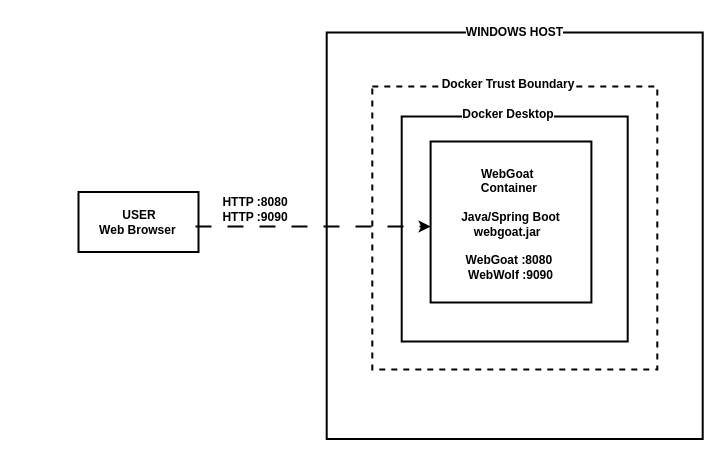
Before: docs/WebGoat-Architecture.drawio in BinuwaraAshinsana/webgoat-devsecops, a draw.io diagram. Source tidied: cells renumbered, new cells numbered last; positions are measured from the earlier drawing's top-left corner, leaving out a move shared by most shapes. Both pictures are drawn from the tidied source at 100%, with x=0, y=0 at pixel (78, 17).
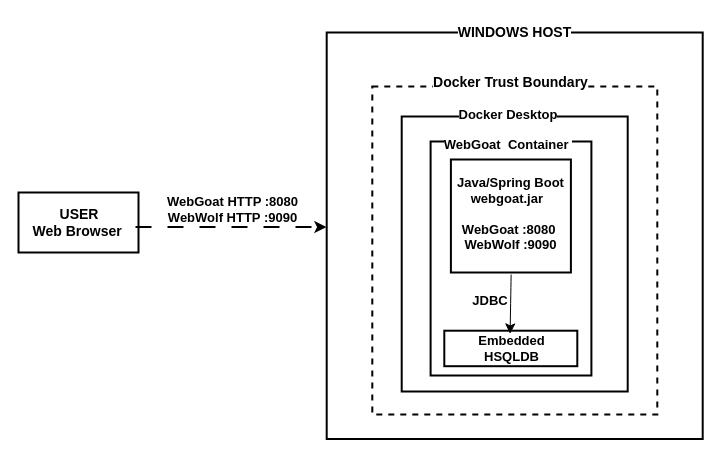
The same page after the edit.

Commit message (it also covers changes not shown here):
Update WebGoat architecture diagram with embedded HSQLDB

Change to the diagram source:
```diff
@@
-    <mxCell id="2" style="rounded=0;whiteSpace=wrap;html=1;fontFamily=Helvetica;strokeWidth=2;fontStyle=1;align=center;labelBorderColor=none;labelBackgroundColor=default;" parent="1" vertex="1">
+    <mxCell id="2" style="rounded=0;whiteSpace=wrap;html=1;fontFamily=Helvetica;strokeWidth=2;fontStyle=1;align=center;labelBorderColor=none;labelBackgroundColor=default;fontSize=13;" parent="1" vertex="1">
       <mxGeometry x="248.2" y="15" width="376" height="406.5" as="geometry" />
     </mxCell>
-    <mxCell id="3" style="rounded=0;whiteSpace=wrap;html=1;fillColor=none;dashed=1;fontFamily=Helvetica;strokeWidth=2;fontStyle=1;align=center;labelBorderColor=none;labelBackgroundColor=default;" parent="1" vertex="1">
-      <mxGeometry x="293.8" y="69" width="285" height="283" as="geometry" />
+    <mxCell id="3" style="rounded=0;whiteSpace=wrap;html=1;fillColor=none;dashed=1;fontFamily=Helvetica;strokeWidth=2;fontStyle=1;align=center;labelBorderColor=none;labelBackgroundColor=default;fontSize=13;" parent="1" vertex="1">
+      <mxGeometry x="293.8" y="69" width="285" height="328" as="geometry" />
     </mxCell>
-    <mxCell id="4" style="rounded=0;whiteSpace=wrap;html=1;fontFamily=Helvetica;strokeWidth=2;fontStyle=1;align=center;labelBorderColor=none;labelBackgroundColor=default;" parent="1" vertex="1">
-      <mxGeometry y="174.5" width="120" height="60" as="geometry" />
+    <mxCell id="4" style="rounded=0;whiteSpace=wrap;html=1;fontFamily=Helvetica;strokeWidth=2;fontStyle=1;align=center;labelBorderColor=none;labelBackgroundColor=default;fontSize=13;" parent="1" vertex="1">
+      <mxGeometry x="-60" y="175" width="120" height="60" as="geometry" />
     </mxCell>
-    <mxCell id="5" value="USER&lt;div&gt;Web Browser&amp;nbsp;&lt;/div&gt;" style="text;html=1;whiteSpace=wrap;strokeColor=none;fillColor=none;align=center;verticalAlign=middle;rounded=0;fontFamily=Helvetica;strokeWidth=2;fontStyle=1;labelBorderColor=none;labelBackgroundColor=default;" parent="1" vertex="1">
-      <mxGeometry x="12" y="189.5" width="98" height="30" as="geometry" />
+    <mxCell id="5" value="&lt;font style=&quot;font-size: 14px;&quot;&gt;USER&lt;/font&gt;&lt;div&gt;&lt;font style=&quot;font-size: 14px;&quot;&gt;Web Browser&amp;nbsp;&lt;/font&gt;&lt;/div&gt;" style="text;html=1;whiteSpace=wrap;strokeColor=none;fillColor=none;align=center;verticalAlign=middle;rounded=0;fontFamily=Helvetica;strokeWidth=2;fontStyle=1;labelBorderColor=none;labelBackgroundColor=default;fontSize=13;" parent="1" vertex="1">
+      <mxGeometry x="-48" y="190" width="98" height="30" as="geometry" />
     </mxCell>
-    <mxCell id="6" value="WINDOWS HOST  " style="text;html=1;whiteSpace=wrap;strokeColor=none;fillColor=none;align=center;verticalAlign=middle;rounded=0;fontFamily=Helvetica;strokeWidth=2;fontStyle=1;labelBorderColor=none;labelBackgroundColor=default;" parent="1" vertex="1">
+    <mxCell id="6" value="&lt;font style=&quot;font-size: 14px;&quot;&gt;WINDOWS HOST  &lt;/font&gt;" style="text;html=1;whiteSpace=wrap;strokeColor=none;fillColor=none;align=center;verticalAlign=middle;rounded=0;fontFamily=Helvetica;strokeWidth=2;fontStyle=1;labelBorderColor=none;labelBackgroundColor=default;fontSize=13;" parent="1" vertex="1">
       <mxGeometry x="365.8" width="141" height="30" as="geometry" />
     </mxCell>
-    <mxCell id="7" style="rounded=0;whiteSpace=wrap;html=1;fontFamily=Helvetica;strokeWidth=2;fontStyle=1;align=center;labelBorderColor=none;labelBackgroundColor=default;" parent="1" vertex="1">
-      <mxGeometry x="323.2" y="99" width="226" height="225" as="geometry" />
+    <mxCell id="7" style="rounded=0;whiteSpace=wrap;html=1;fontFamily=Helvetica;strokeWidth=2;fontStyle=1;align=center;labelBorderColor=none;labelBackgroundColor=default;fontSize=13;" parent="1" vertex="1">
+      <mxGeometry x="323.2" y="99" width="226" height="275" as="geometry" />
     </mxCell>
-    <mxCell id="8" value="Docker Desktop " style="text;html=1;whiteSpace=wrap;strokeColor=none;fillColor=none;align=center;verticalAlign=middle;rounded=0;fontFamily=Helvetica;strokeWidth=2;fontStyle=1;labelBorderColor=none;labelBackgroundColor=default;" parent="1" vertex="1">
+    <mxCell id="8" value="Docker Desktop " style="text;html=1;whiteSpace=wrap;strokeColor=none;fillColor=none;align=center;verticalAlign=middle;rounded=0;fontFamily=Helvetica;strokeWidth=2;fontStyle=1;labelBorderColor=none;labelBackgroundColor=default;fontSize=13;" parent="1" vertex="1">
       <mxGeometry x="370.8" y="82" width="117.5" height="30" as="geometry" />
     </mxCell>
-    <mxCell id="9" style="rounded=0;whiteSpace=wrap;html=1;fontFamily=Helvetica;strokeWidth=2;fontStyle=1;align=center;labelBorderColor=none;labelBackgroundColor=default;" parent="1" vertex="1">
-      <mxGeometry x="352.1" y="124" width="160.8" height="161" as="geometry" />
+    <mxCell id="9" style="rounded=0;whiteSpace=wrap;html=1;fontFamily=Helvetica;strokeWidth=2;fontStyle=1;align=center;labelBorderColor=none;labelBackgroundColor=default;fontSize=13;" parent="1" vertex="1">
+      <mxGeometry x="352.1" y="124" width="160.8" height="234" as="geometry" />
     </mxCell>
-    <mxCell id="10" value="&lt;div&gt;WebGoat&amp;nbsp;&amp;nbsp;&lt;/div&gt;&lt;div&gt;Container&amp;nbsp;&lt;/div&gt;&lt;div&gt;&lt;br&gt;&lt;/div&gt;&lt;div&gt;Java/Spring Boot&lt;/div&gt;&lt;div&gt;webgoat.jar&amp;nbsp;&amp;nbsp;&lt;/div&gt;&lt;div&gt;&lt;br&gt;&lt;/div&gt;&lt;div&gt;WebGoat :8080&amp;nbsp;&lt;/div&gt;&lt;div&gt;WebWolf :9090&lt;/div&gt;" style="text;html=1;whiteSpace=wrap;strokeColor=none;fillColor=none;align=center;verticalAlign=middle;rounded=0;fontFamily=Helvetica;strokeWidth=2;fontStyle=1;labelBorderColor=none;labelBackgroundColor=default;" parent="1" vertex="1">
-      <mxGeometry x="366" y="192" width="133" height="30" as="geometry" />
+    <mxCell id="10" value="&lt;div&gt;&lt;br&gt;&lt;/div&gt;&lt;div&gt;&lt;br&gt;&lt;/div&gt;&lt;div&gt;Java/Spring Boot&lt;/div&gt;&lt;div&gt;webgoat.jar&amp;nbsp;&amp;nbsp;&lt;/div&gt;&lt;div&gt;&lt;br&gt;&lt;/div&gt;&lt;div&gt;WebGoat :8080&amp;nbsp;&lt;/div&gt;&lt;div&gt;WebWolf :9090&lt;/div&gt;" style="text;html=1;whiteSpace=wrap;strokeColor=none;fillColor=none;align=center;verticalAlign=middle;rounded=0;fontFamily=Helvetica;strokeWidth=2;fontStyle=1;labelBorderColor=none;labelBackgroundColor=default;fontSize=13;" parent="1" vertex="1">
+      <mxGeometry x="366" y="166" width="133" height="30" as="geometry" />
     </mxCell>
-    <mxCell id="11" style="edgeStyle=segmentEdgeStyle;endArrow=classic;html=1;curved=0;rounded=0;fontSize=12;endFill=1;exitX=0.975;exitY=0.577;exitDx=0;exitDy=0;exitPerimeter=0;entryX=0.026;entryY=0.656;entryDx=0;entryDy=0;entryPerimeter=0;shape=filledEdge;dashed=1;dashPattern=8 8;strokeWidth=2;fontFamily=Helvetica;fontStyle=1;align=center;labelBorderColor=none;labelBackgroundColor=default;" parent="1" edge="1" source="4">
+    <mxCell id="11" style="edgeStyle=segmentEdgeStyle;endArrow=classic;html=1;curved=0;rounded=0;fontSize=13;endFill=1;exitX=0.975;exitY=0.577;exitDx=0;exitDy=0;exitPerimeter=0;shape=filledEdge;dashed=1;dashPattern=8 8;strokeWidth=2;fontFamily=Helvetica;fontStyle=1;align=center;labelBorderColor=none;labelBackgroundColor=default;" parent="1" edge="1" source="4">
       <mxGeometry relative="1" as="geometry">
-        <mxPoint x="352.1" y="209.1" as="targetPoint" />
+        <mxPoint x="247.9" y="209.1" as="targetPoint" />
       </mxGeometry>
     </mxCell>
-    <mxCell id="12" value="HTTP :8080&lt;div&gt;HTTP :9090&lt;/div&gt;" style="text;html=1;whiteSpace=wrap;strokeColor=none;fillColor=none;align=center;verticalAlign=middle;rounded=0;fontFamily=Helvetica;strokeWidth=2;fontStyle=1;labelBorderColor=none;labelBackgroundColor=default;" parent="1" vertex="1">
-      <mxGeometry x="131" y="174.5" width="92" height="35.5" as="geometry" />
+    <mxCell id="12" value="&lt;div&gt;WebGoat HTTP :8080&lt;/div&gt;&lt;div&gt;WebWolf HTTP :9090&lt;/div&gt;" style="text;html=1;whiteSpace=wrap;strokeColor=none;fillColor=none;align=center;verticalAlign=middle;rounded=0;fontFamily=Helvetica;strokeWidth=2;fontStyle=1;labelBorderColor=none;labelBackgroundColor=default;fontSize=13;" parent="1" vertex="1">
+      <mxGeometry x="86" y="174.5" width="137" height="35.5" as="geometry" />
     </mxCell>
-    <mxCell id="13" value="&lt;span&gt;Docker Trust Boundary&lt;/span&gt;" style="text;html=1;whiteSpace=wrap;strokeColor=none;fillColor=none;align=center;verticalAlign=middle;rounded=0;fontFamily=Helvetica;strokeWidth=2;fontStyle=1;labelBorderColor=none;labelBackgroundColor=default;" parent="1" vertex="1">
-      <mxGeometry x="352.1" y="52" width="156" height="30" as="geometry" />
+    <mxCell id="13" value="&lt;span&gt;&lt;font style=&quot;font-size: 14px;&quot;&gt;Docker Trust Boundary&lt;/font&gt;&lt;/span&gt;" style="text;html=1;whiteSpace=wrap;strokeColor=none;fillColor=none;align=center;verticalAlign=middle;rounded=0;fontFamily=Helvetica;strokeWidth=2;fontStyle=1;labelBorderColor=none;labelBackgroundColor=default;fontSize=13;" parent="1" vertex="1">
+      <mxGeometry x="345.8" y="50" width="172.9" height="30" as="geometry" />
     </mxCell>
+    <mxCell id="14" value="&lt;div style=&quot;font-weight: 700;&quot;&gt;WebGoat&amp;nbsp;&amp;nbsp;&lt;span style=&quot;color: light-dark(rgb(0, 0, 0), rgb(255, 255, 255));&quot;&gt;Container&amp;nbsp;&lt;/span&gt;&lt;/div&gt;" style="text;html=1;whiteSpace=wrap;strokeColor=none;fillColor=none;align=center;verticalAlign=middle;rounded=0;labelBackgroundColor=default;strokeWidth=2;fontSize=13;" parent="1" vertex="1">
+      <mxGeometry x="400.1" y="112" width="60" height="30" as="geometry" />
+    </mxCell>
+    <mxCell id="15" value="&lt;b&gt;Embedded HSQLDB&lt;/b&gt;" style="text;html=1;whiteSpace=wrap;strokeColor=none;fillColor=none;align=center;verticalAlign=middle;rounded=0;strokeWidth=2;fontSize=13;" parent="1" vertex="1">
+      <mxGeometry x="372.4" y="316" width="123.2" height="30" as="geometry" />
+    </mxCell>
+    <mxCell id="16" style="rounded=0;whiteSpace=wrap;html=1;labelBackgroundColor=none;fillColor=none;strokeWidth=2;fontSize=13;" parent="1" vertex="1">
+      <mxGeometry x="372.4" y="142" width="120" height="113" as="geometry" />
+    </mxCell>
+    <mxCell id="17" style="rounded=0;whiteSpace=wrap;html=1;fillColor=none;strokeWidth=2;fontSize=13;" parent="1" vertex="1">
+      <mxGeometry x="365.8" y="313.2" width="133" height="35.5" as="geometry" />
+    </mxCell>
+    <mxCell id="18" style="endArrow=classic;html=1;rounded=0;fontSize=13;startSize=8;endSize=8;curved=1;exitX=0.502;exitY=1.018;exitDx=0;exitDy=0;exitPerimeter=0;" parent="1" edge="1" source="16">
+      <mxGeometry relative="1" as="geometry">
+        <mxPoint x="431.6" y="316.4" as="targetPoint" />
+      </mxGeometry>
+    </mxCell>
+    <mxCell id="19" value="&lt;b&gt;JDBC&lt;/b&gt;" style="text;html=1;whiteSpace=wrap;strokeColor=none;fillColor=none;align=center;verticalAlign=middle;rounded=0;fontSize=13;" parent="1" vertex="1">
+      <mxGeometry x="382" y="268" width="60" height="30" as="geometry" />
+    </mxCell>
```
